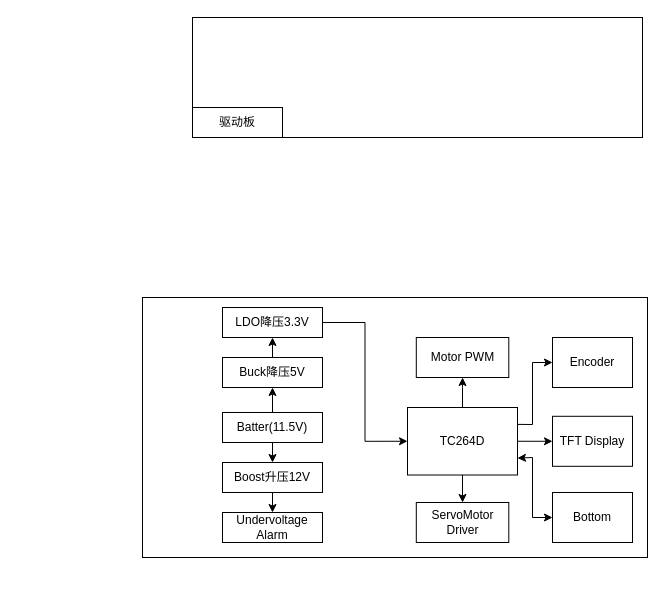
cowqer/some-boring-drow.io keeps this draw.io diagram as 毕设智能车.drawio. Above is the earlier version. Source tidied: cells renumbered, new cells numbered last; positions are measured from the earlier drawing's top-left corner, leaving out a move shared by most shapes. Both pictures are drawn from the tidied source at 100%, with x=0, y=0 at pixel (142, 17).
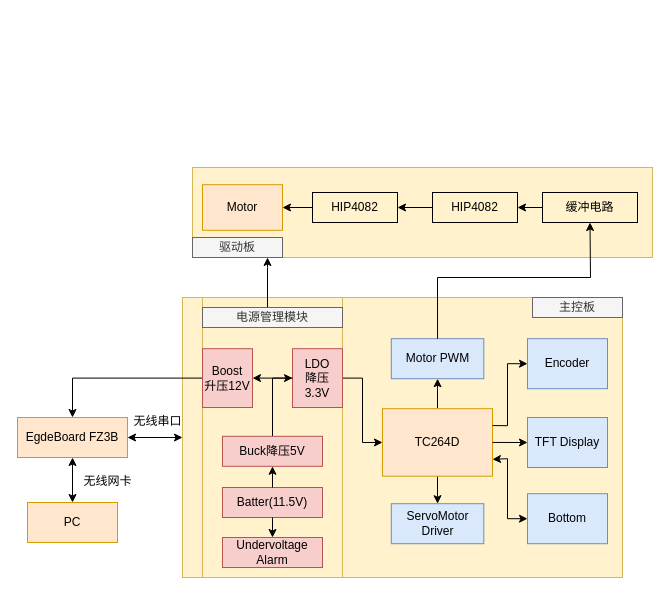
The same diagram, later.

Commit message (it also covers changes not shown here):
更新毕设智能车.drawio

Change to the diagram source:
```diff
@@
+    <mxCell id="4" style="rounded=0;whiteSpace=wrap;html=1;fillColor=#fff2cc;strokeColor=#d6b656;" parent="1" vertex="1">
+      <mxGeometry x="40" y="280" width="440" height="280" as="geometry" />
+    </mxCell>
-    <mxCell id="2" style="rounded=0;whiteSpace=wrap;html=1;glass=0;" parent="1" vertex="1">
-      <mxGeometry x="50" width="450" height="120" as="geometry" />
+    <mxCell id="2" style="rounded=0;whiteSpace=wrap;html=1;glass=0;fillColor=#fff2cc;strokeColor=#d6b656;" parent="1" vertex="1">
+      <mxGeometry x="50" y="150" width="460" height="90" as="geometry" />
     </mxCell>
-    <mxCell id="3" value="驱动板" style="rounded=0;whiteSpace=wrap;html=1;" parent="1" vertex="1">
-      <mxGeometry x="50" y="90" width="90" height="30" as="geometry" />
+    <mxCell id="3" value="驱动板" style="rounded=0;whiteSpace=wrap;html=1;fillColor=#f5f5f5;strokeColor=#666666;fontColor=#333333;" parent="1" vertex="1">
+      <mxGeometry x="50" y="220" width="90" height="20" as="geometry" />
     </mxCell>
-    <mxCell id="4" style="rounded=0;whiteSpace=wrap;html=1;" parent="1" vertex="1">
-      <mxGeometry y="280" width="505" height="260" as="geometry" />
-    </mxCell>
+    <mxCell id="26" style="rounded=0;whiteSpace=wrap;html=1;fillColor=#fff2cc;strokeColor=#d6b656;" parent="1" vertex="1">
+      <mxGeometry x="60" y="280" width="140" height="280" as="geometry" />
+    </mxCell>
@@
-    <mxCell id="7" value="TC264D" style="rounded=0;whiteSpace=wrap;html=1;" parent="1" vertex="1">
-      <mxGeometry x="265" y="390" width="110" height="67.5" as="geometry" />
+    <mxCell id="7" value="TC264D" style="rounded=0;whiteSpace=wrap;html=1;fillColor=#ffe6cc;strokeColor=#d79b00;" parent="1" vertex="1">
+      <mxGeometry x="240" y="391.2" width="110" height="67.5" as="geometry" />
     </mxCell>
-    <mxCell id="8" value="TFT Display" style="rounded=0;whiteSpace=wrap;html=1;" parent="1" vertex="1">
-      <mxGeometry x="410" y="398.8" width="80" height="50" as="geometry" />
+    <mxCell id="8" value="TFT Display" style="rounded=0;whiteSpace=wrap;html=1;fillColor=#dae8fc;strokeColor=#6c8ebf;" parent="1" vertex="1">
+      <mxGeometry x="385" y="400" width="80" height="50" as="geometry" />
     </mxCell>
-    <mxCell id="9" value="Bottom" style="rounded=0;whiteSpace=wrap;html=1;" parent="1" vertex="1">
-      <mxGeometry x="410" y="475" width="80" height="50" as="geometry" />
+    <mxCell id="9" value="Bottom" style="rounded=0;whiteSpace=wrap;html=1;fillColor=#dae8fc;strokeColor=#6c8ebf;" parent="1" vertex="1">
+      <mxGeometry x="385" y="476.2" width="80" height="50" as="geometry" />
     </mxCell>
-    <mxCell id="10" value="Encoder" style="rounded=0;whiteSpace=wrap;html=1;" parent="1" vertex="1">
-      <mxGeometry x="410" y="320" width="80" height="50" as="geometry" />
+    <mxCell id="10" value="Encoder" style="rounded=0;whiteSpace=wrap;html=1;fillColor=#dae8fc;strokeColor=#6c8ebf;" parent="1" vertex="1">
+      <mxGeometry x="385" y="321.2" width="80" height="50" as="geometry" />
     </mxCell>
-    <mxCell id="11" value="Motor PWM" style="rounded=0;whiteSpace=wrap;html=1;" parent="1" vertex="1">
-      <mxGeometry x="273.8" y="320" width="92.5" height="40" as="geometry" />
+    <mxCell id="11" value="Motor PWM" style="rounded=0;whiteSpace=wrap;html=1;fillColor=#dae8fc;strokeColor=#6c8ebf;" parent="1" vertex="1">
+      <mxGeometry x="248.8" y="321.2" width="92.5" height="40" as="geometry" />
     </mxCell>
-    <mxCell id="12" value="ServoMotor&lt;br style=&quot;border-color: var(--border-color);&quot;&gt;Driver" style="rounded=0;whiteSpace=wrap;html=1;" parent="1" vertex="1">
-      <mxGeometry x="273.8" y="485" width="92.5" height="40" as="geometry" />
+    <mxCell id="12" value="ServoMotor&lt;br style=&quot;border-color: var(--border-color);&quot;&gt;Driver" style="rounded=0;whiteSpace=wrap;html=1;fillColor=#dae8fc;strokeColor=#6c8ebf;" parent="1" vertex="1">
+      <mxGeometry x="248.8" y="486.2" width="92.5" height="40" as="geometry" />
     </mxCell>
@@
     <mxCell id="14" style="endArrow=classic;html=1;rounded=0;exitX=1;exitY=0.25;exitDx=0;exitDy=0;entryX=0;entryY=0.5;entryDx=0;entryDy=0;" parent="1" edge="1" source="7" target="10">
       <mxGeometry relative="1" as="geometry">
         <Array as="points">
-          <mxPoint x="390" y="407" />
-          <mxPoint x="390" y="345" />
+          <mxPoint x="365" y="408.2" />
+          <mxPoint x="365" y="346.2" />
         </Array>
       </mxGeometry>
     </mxCell>
     <mxCell id="15" style="endArrow=classic;startArrow=classic;html=1;rounded=0;entryX=0;entryY=0.5;entryDx=0;entryDy=0;exitX=1;exitY=0.75;exitDx=0;exitDy=0;" parent="1" edge="1" source="7" target="9">
       <mxGeometry relative="1" as="geometry">
         <Array as="points">
-          <mxPoint x="390" y="440" />
-          <mxPoint x="390" y="500" />
+          <mxPoint x="365" y="441.2" />
+          <mxPoint x="365" y="501.2" />
         </Array>
       </mxGeometry>
     </mxCell>
-    <mxCell id="16" value="Undervoltage Alarm" style="rounded=0;whiteSpace=wrap;html=1;" parent="1" vertex="1">
-      <mxGeometry x="80" y="495" width="100" height="30" as="geometry" />
+    <mxCell id="16" value="Undervoltage Alarm" style="rounded=0;whiteSpace=wrap;html=1;fillColor=#f8cecc;strokeColor=#b85450;" parent="1" vertex="1">
+      <mxGeometry x="80" y="520" width="100" height="30" as="geometry" />
     </mxCell>
-    <mxCell id="17" value="Boost升压12V" style="rounded=0;whiteSpace=wrap;html=1;" parent="1" vertex="1">
-      <mxGeometry x="80" y="445" width="100" height="30" as="geometry" />
-    </mxCell>
-    <mxCell id="18" value="Batter(11.5V)" style="rounded=0;whiteSpace=wrap;html=1;" parent="1" vertex="1">
-      <mxGeometry x="80" y="395" width="100" height="30" as="geometry" />
+    <mxCell id="18" value="Batter(11.5V)" style="rounded=0;whiteSpace=wrap;html=1;fillColor=#f8cecc;strokeColor=#b85450;" parent="1" vertex="1">
+      <mxGeometry x="80" y="470" width="100" height="30" as="geometry" />
     </mxCell>
+    <mxCell id="23" style="edgeStyle=orthogonalEdgeStyle;rounded=0;jettySize=auto;html=1;entryX=0.5;entryY=1;entryDx=0;entryDy=0;" parent="1" edge="1" source="19" target="21">
+      <mxGeometry relative="1" as="geometry">
+        <Array as="points">
+          <mxPoint x="130" y="361" />
+        </Array>
+      </mxGeometry>
+    </mxCell>
-    <mxCell id="19" value="Buck降压5V" style="rounded=0;whiteSpace=wrap;html=1;" parent="1" vertex="1">
-      <mxGeometry x="80" y="340" width="100" height="30" as="geometry" />
+    <mxCell id="19" value="Buck降压5V" style="rounded=0;whiteSpace=wrap;html=1;fillColor=#f8cecc;strokeColor=#b85450;" parent="1" vertex="1">
+      <mxGeometry x="80" y="418.8" width="100" height="30" as="geometry" />
     </mxCell>
@@
-    <mxCell id="21" value="LDO降压3.3V" style="rounded=0;whiteSpace=wrap;html=1;" parent="1" vertex="1">
-      <mxGeometry x="80" y="290" width="100" height="30" as="geometry" />
+    <mxCell id="21" value="LDO&lt;br&gt;降压3.3V" style="rounded=0;whiteSpace=wrap;html=1;direction=south;fillColor=#f8cecc;strokeColor=#b85450;" parent="1" vertex="1">
+      <mxGeometry x="150" y="331.2" width="50" height="58.8" as="geometry" />
     </mxCell>
@@
-    <mxCell id="23" style="endArrow=classic;html=1;rounded=0;exitX=0.5;exitY=0;exitDx=0;exitDy=0;entryX=0.5;entryY=1;entryDx=0;entryDy=0;" parent="1" edge="1" source="19" target="21">
-      <mxGeometry relative="1" as="geometry" />
-    </mxCell>
-    <mxCell id="24" style="endArrow=classic;html=1;rounded=0;exitX=0.5;exitY=1;exitDx=0;exitDy=0;entryX=0.5;entryY=0;entryDx=0;entryDy=0;" parent="1" edge="1" source="18" target="17">
-      <mxGeometry relative="1" as="geometry" />
-    </mxCell>
-    <mxCell id="25" style="endArrow=classic;html=1;rounded=0;exitX=0.5;exitY=1;exitDx=0;exitDy=0;entryX=0.5;entryY=0;entryDx=0;entryDy=0;" parent="1" edge="1" source="17" target="16">
-      <mxGeometry relative="1" as="geometry" />
+    <mxCell id="25" style="endArrow=classic;html=1;rounded=0;exitX=0.5;exitY=1;exitDx=0;exitDy=0;entryX=0.5;entryY=0;entryDx=0;entryDy=0;" parent="1" edge="1" target="16">
+      <mxGeometry relative="1" as="geometry">
+        <mxPoint x="130" y="500" as="sourcePoint" />
+      </mxGeometry>
     </mxCell>
+    <mxCell id="27" value="主控板" style="rounded=0;whiteSpace=wrap;html=1;fillColor=#f5f5f5;fontColor=#333333;strokeColor=#666666;" parent="1" vertex="1">
+      <mxGeometry x="390" y="280" width="90" height="20" as="geometry" />
+    </mxCell>
+    <mxCell id="28" style="edgeStyle=orthogonalEdgeStyle;rounded=0;jettySize=auto;html=1;" parent="1" edge="1" source="29" target="3">
+      <mxGeometry relative="1" as="geometry">
+        <Array as="points">
+          <mxPoint x="125" y="250" />
+          <mxPoint x="125" y="250" />
+        </Array>
+      </mxGeometry>
+    </mxCell>
+    <mxCell id="29" value="电源管理模块" style="rounded=0;whiteSpace=wrap;html=1;fillColor=#f5f5f5;fontColor=#333333;strokeColor=#666666;" parent="1" vertex="1">
+      <mxGeometry x="60" y="290" width="140" height="20" as="geometry" />
+    </mxCell>
+    <mxCell id="30" style="edgeStyle=orthogonalEdgeStyle;rounded=0;jettySize=auto;html=1;entryX=0.5;entryY=0;entryDx=0;entryDy=0;" parent="1" edge="1" source="31" target="33">
+      <mxGeometry relative="1" as="geometry" />
+    </mxCell>
+    <mxCell id="31" value="Boost&lt;br&gt;升压12V" style="rounded=0;whiteSpace=wrap;html=1;direction=south;fillColor=#f8cecc;strokeColor=#b85450;" parent="1" vertex="1">
+      <mxGeometry x="60" y="331.2" width="50" height="58.8" as="geometry" />
+    </mxCell>
+    <mxCell id="32" style="endArrow=classic;html=1;rounded=0;" parent="1" edge="1">
+      <mxGeometry relative="1" as="geometry">
+        <mxPoint x="150" y="360.6" as="sourcePoint" />
+        <mxPoint x="110" y="360.6" as="targetPoint" />
+      </mxGeometry>
+    </mxCell>
+    <mxCell id="33" value="EgdeBoard FZ3B" style="whiteSpace=wrap;html=1;rounded=0;fillColor=#ffe6cc;strokeColor=#d79b00;" parent="1" vertex="1">
+      <mxGeometry x="-125" y="400" width="110" height="40" as="geometry" />
+    </mxCell>
+    <mxCell id="34" style="endArrow=classic;startArrow=classic;html=1;rounded=0;exitX=0;exitY=0.5;exitDx=0;exitDy=0;entryX=1;entryY=0.5;entryDx=0;entryDy=0;" parent="1" edge="1" source="4" target="33">
+      <mxGeometry relative="1" as="geometry" />
+    </mxCell>
+    <mxCell id="35" value="无线串口" style="text;html=1;align=center;verticalAlign=middle;strokeColor=none;fillColor=none;" parent="1" vertex="1">
+      <mxGeometry x="-20" y="388.8" width="70" height="30" as="geometry" />
+    </mxCell>
+    <mxCell id="36" value="PC" style="whiteSpace=wrap;html=1;rounded=0;fillColor=#ffe6cc;strokeColor=#d79b00;" parent="1" vertex="1">
+      <mxGeometry x="-115" y="485" width="90" height="40" as="geometry" />
+    </mxCell>
+    <mxCell id="37" style="endArrow=classic;startArrow=classic;html=1;rounded=0;exitX=0.5;exitY=1;exitDx=0;exitDy=0;entryX=0.5;entryY=0;entryDx=0;entryDy=0;" parent="1" edge="1" source="33" target="36">
+      <mxGeometry relative="1" as="geometry" />
+    </mxCell>
+    <mxCell id="38" value="无线网卡" style="text;html=1;align=center;verticalAlign=middle;strokeColor=none;fillColor=none;" parent="1" vertex="1">
+      <mxGeometry x="-70" y="448.8" width="70" height="30" as="geometry" />
+    </mxCell>
+    <mxCell id="39" style="edgeStyle=orthogonalEdgeStyle;rounded=0;jettySize=auto;html=1;" parent="1" edge="1" source="40" target="42">
+      <mxGeometry relative="1" as="geometry" />
+    </mxCell>
+    <mxCell id="40" value="缓冲电路" style="rounded=0;whiteSpace=wrap;html=1;fillColor=none;" parent="1" vertex="1">
+      <mxGeometry x="400" y="175" width="95" height="30" as="geometry" />
+    </mxCell>
+    <mxCell id="41" style="edgeStyle=orthogonalEdgeStyle;rounded=0;jettySize=auto;html=1;" parent="1" edge="1" source="42" target="46">
+      <mxGeometry relative="1" as="geometry" />
+    </mxCell>
+    <mxCell id="42" value="HIP4082" style="rounded=0;whiteSpace=wrap;html=1;direction=west;fillColor=none;" parent="1" vertex="1">
+      <mxGeometry x="290" y="175" width="85" height="30" as="geometry" />
+    </mxCell>
+    <mxCell id="43" style="endArrow=classic;html=1;rounded=0;exitX=0.5;exitY=0;exitDx=0;exitDy=0;entryX=0.5;entryY=1;entryDx=0;entryDy=0;" parent="1" edge="1" source="11" target="40">
+      <mxGeometry relative="1" as="geometry">
+        <Array as="points">
+          <mxPoint x="295" y="260" />
+          <mxPoint x="448" y="260" />
+        </Array>
+      </mxGeometry>
+    </mxCell>
+    <mxCell id="44" value="Motor" style="whiteSpace=wrap;html=1;rounded=0;direction=west;fillColor=#ffe6cc;strokeColor=#d79b00;" parent="1" vertex="1">
+      <mxGeometry x="60" y="167.2" width="80" height="45.6" as="geometry" />
+    </mxCell>
+    <mxCell id="45" style="edgeStyle=orthogonalEdgeStyle;rounded=0;jettySize=auto;html=1;" parent="1" edge="1" source="46" target="44">
+      <mxGeometry relative="1" as="geometry" />
+    </mxCell>
+    <mxCell id="46" value="HIP4082" style="rounded=0;whiteSpace=wrap;html=1;direction=west;fillColor=none;" parent="1" vertex="1">
+      <mxGeometry x="170" y="175" width="85" height="30" as="geometry" />
+    </mxCell>
```
